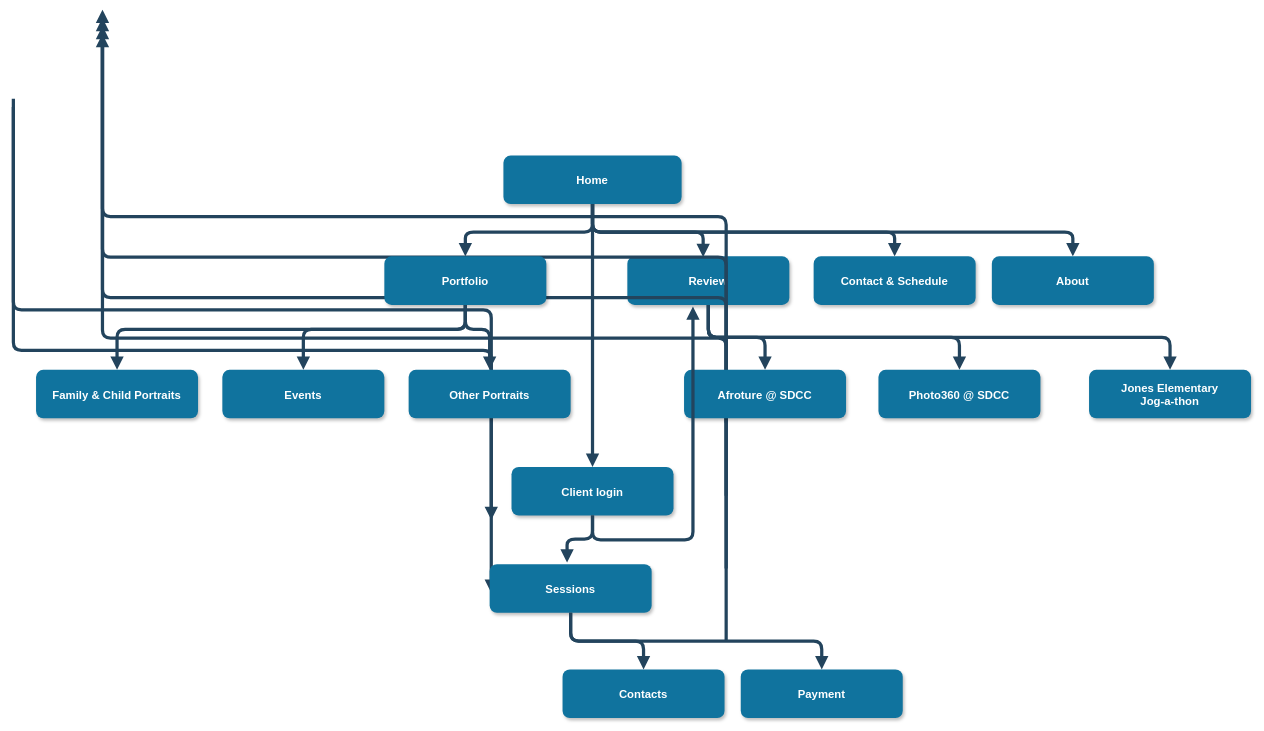
Above: snphoto-sitemap.drawio in stellarjaydoc/architecture (draw.io), before the change. Source tidied: cells renumbered, new cells numbered last; positions are measured from the earlier drawing's top-left corner, leaving out a move shared by most shapes. Both pictures are drawn from the tidied source at 81%, with x=0, y=0 at pixel (13, 10).
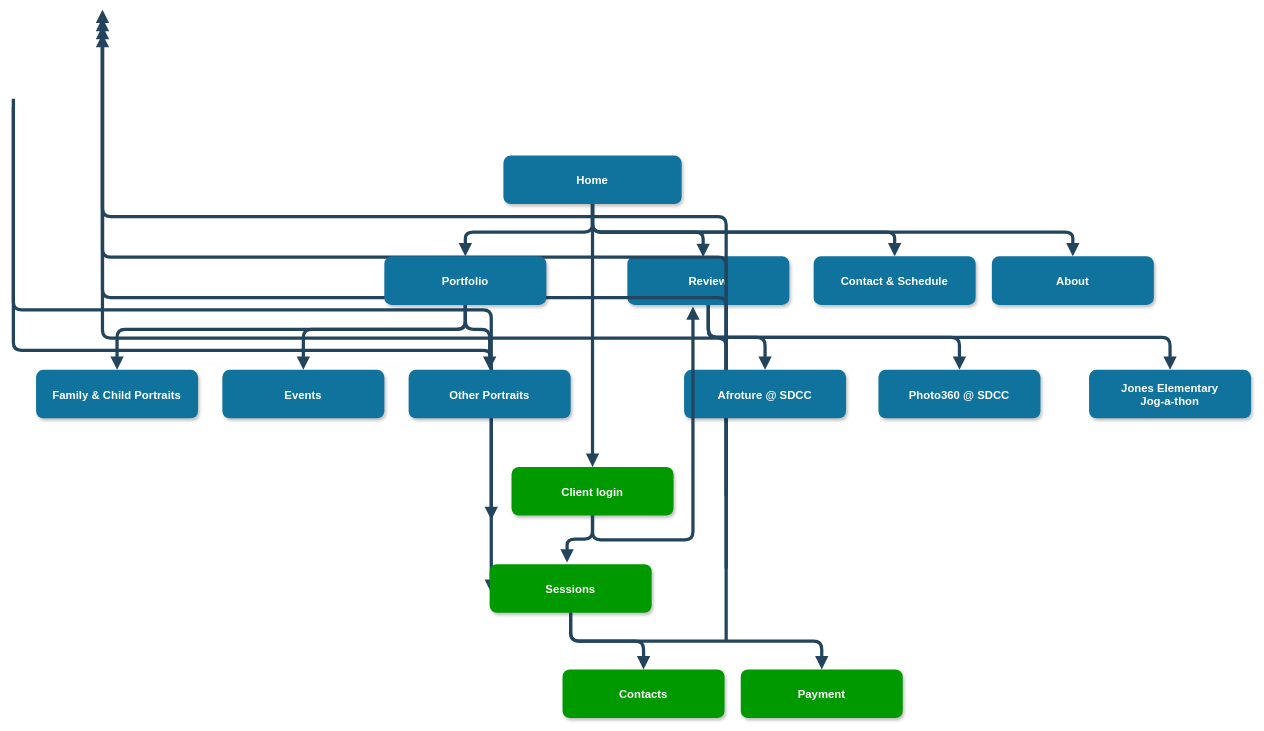
After the change.

What changed in the source:
```diff
@@
-    <mxCell id="29" value="Client login" style="rounded=1;fillColor=#10739E;strokeColor=none;shadow=1;gradientColor=none;fontStyle=1;fontColor=#FFFFFF;fontSize=14;" parent="1" vertex="1">
+    <mxCell id="29" value="Client login" style="rounded=1;fillColor=#009900;strokeColor=none;shadow=1;gradientColor=none;fontStyle=1;fontColor=#FFFFFF;fontSize=14;" parent="1" vertex="1">
       <mxGeometry x="615" y="564" width="200" height="60" as="geometry" />
     </mxCell>
-    <mxCell id="30" value="Sessions" style="rounded=1;fillColor=#10739E;strokeColor=none;shadow=1;gradientColor=none;fontStyle=1;fontColor=#FFFFFF;fontSize=14;" parent="1" vertex="1">
+    <mxCell id="30" value="Sessions" style="rounded=1;fillColor=#009900;strokeColor=none;shadow=1;gradientColor=none;fontStyle=1;fontColor=#FFFFFF;fontSize=14;" parent="1" vertex="1">
       <mxGeometry x="588" y="684" width="200" height="60" as="geometry" />
     </mxCell>
-    <mxCell id="31" value="Contacts" style="rounded=1;fillColor=#10739E;strokeColor=none;shadow=1;gradientColor=none;fontStyle=1;fontColor=#FFFFFF;fontSize=14;" parent="1" vertex="1">
+    <mxCell id="31" value="Contacts" style="rounded=1;fillColor=#009900;strokeColor=none;shadow=1;gradientColor=none;fontStyle=1;fontColor=#FFFFFF;fontSize=14;" parent="1" vertex="1">
       <mxGeometry x="678" y="814" width="200" height="60" as="geometry" />
     </mxCell>
-    <mxCell id="32" value="Payment" style="rounded=1;fillColor=#10739E;strokeColor=none;shadow=1;gradientColor=none;fontStyle=1;fontColor=#FFFFFF;fontSize=14;" parent="1" vertex="1">
+    <mxCell id="32" value="Payment" style="rounded=1;fillColor=#009900;strokeColor=none;shadow=1;gradientColor=none;fontStyle=1;fontColor=#FFFFFF;fontSize=14;" parent="1" vertex="1">
       <mxGeometry x="898" y="814" width="200" height="60" as="geometry" />
     </mxCell>
```
